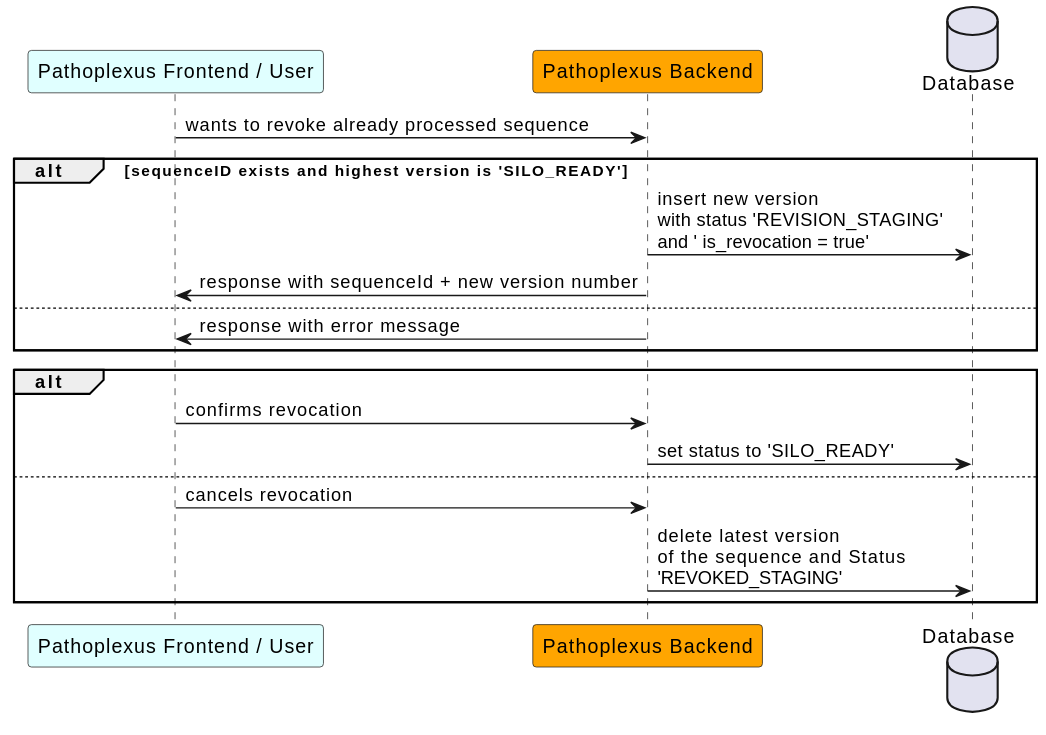
This is backend/docs/plantuml/sequenceRevocation.svg from loculus-project/loculus, a PlantUML export, as it was before one commit.
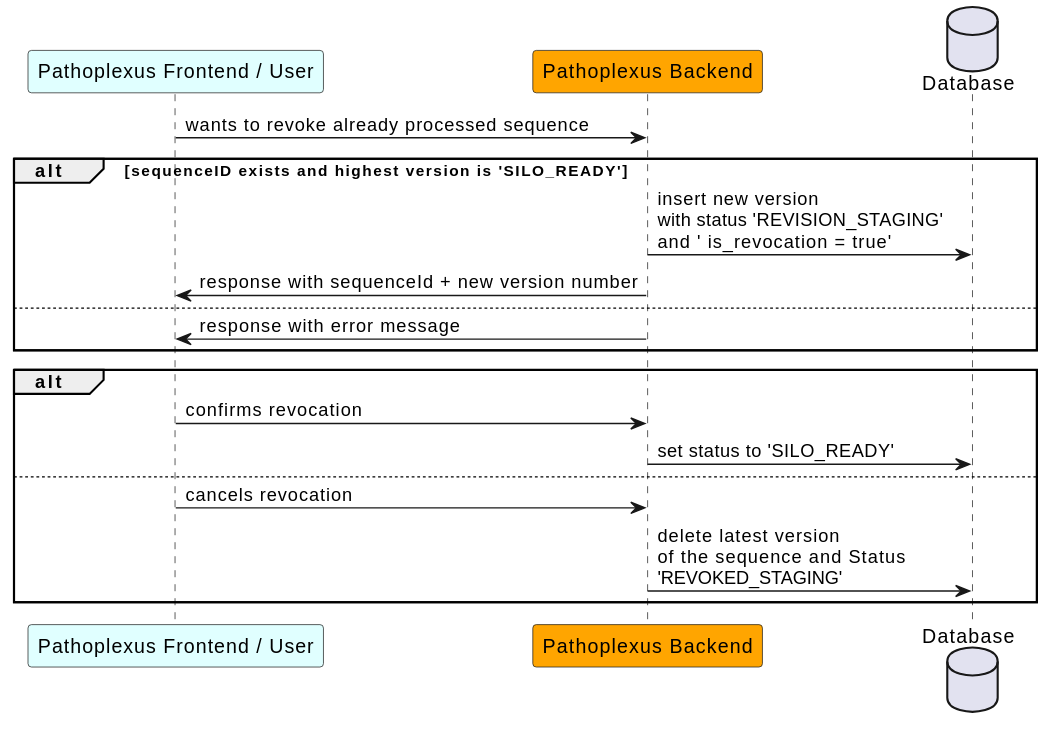
After the change.

Commit message:
chore(doc): Improve plantuml dev docs

[skip ci]

The edit, as a diff of the source:
```diff
@@ -6,7 +6,7 @@
     frontend -> backend: wants to revoke already processed sequence
 
      alt sequenceID exists and highest version is 'SILO_READY'
-        backend -> DB: insert new version\nwith status 'REVISION_STAGING' \nand ' is_revoked = true'
+        backend -> DB: insert new version\nwith status 'REVISION_STAGING' \nand ' is_revocation = true'
     backend -> frontend: response with sequenceId + new version number
     else
         backend -> frontend: response with error message
```
